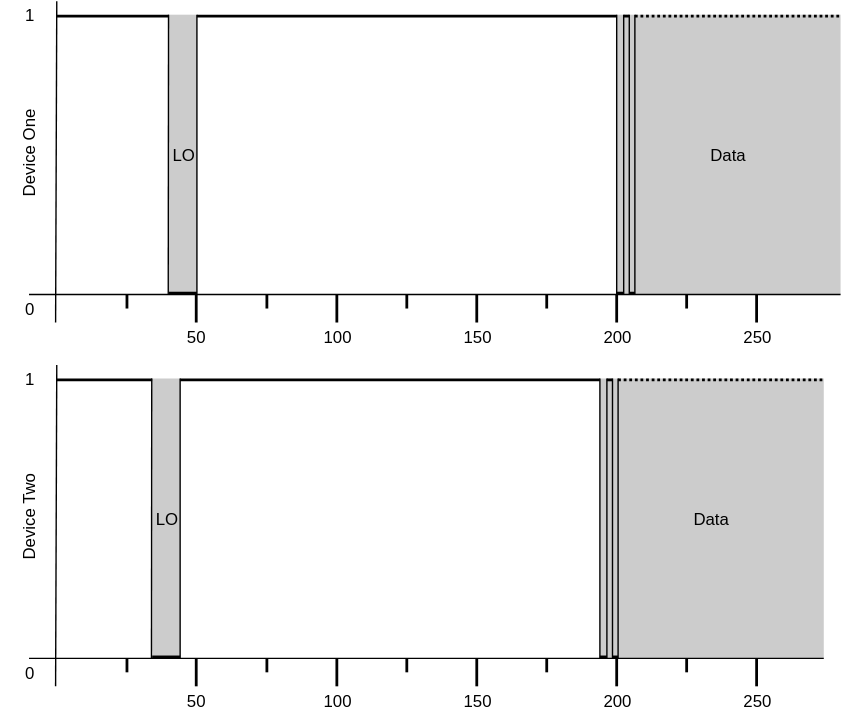
This is images/bus-collision.svg from sabas1080/jacdac, a draw.io export, as it was before one commit. Source tidied: cells renumbered, new cells last; positions are measured from the earlier drawing's top-left corner, leaving out a move shared by most shapes.
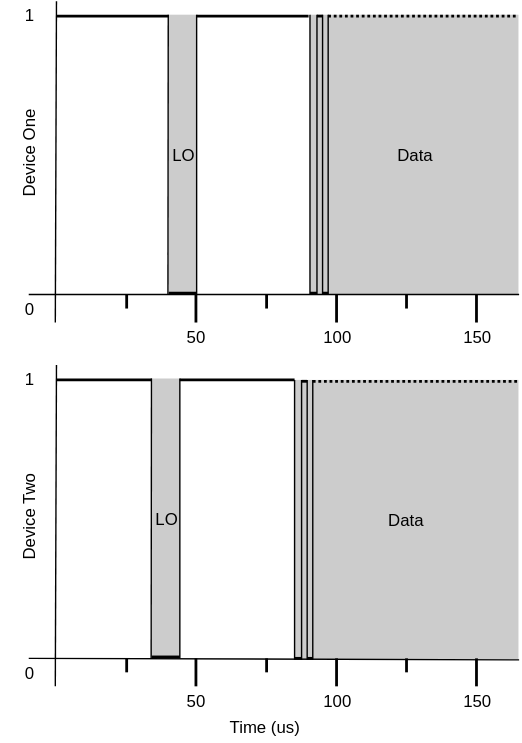
Above is the later version.

Diff of the diagram source:
```diff
@@ -1,12 +1,15 @@
-<mxGraphModel>
+<mxGraphModel background="#ffffff">
   <root>
     <mxCell id="0" />
     <mxCell id="1" parent="0" />
+    <mxCell id="38" value="Data" style="whiteSpace=wrap;html=1;dashed=1;dashPattern=1 1;fillColor=#CCCCCC;strokeColor=none;gradientColor=none;gradientDirection=north;" parent="1" vertex="1">
+      <mxGeometry x="210" y="271" width="160" height="200" as="geometry" />
+    </mxCell>
     <mxCell id="2" value="LO" style="whiteSpace=wrap;html=1;dashed=1;dashPattern=1 1;fillColor=#CCCCCC;strokeColor=none;gradientColor=none;gradientDirection=north;" parent="1" vertex="1">
       <mxGeometry x="120" y="10" width="20" height="200" as="geometry" />
     </mxCell>
     <mxCell id="3" value="Data" style="whiteSpace=wrap;html=1;dashed=1;dashPattern=1 1;fillColor=#CCCCCC;strokeColor=none;gradientColor=none;gradientDirection=north;" parent="1" vertex="1">
-      <mxGeometry x="440" y="10" width="160" height="200" as="geometry" />
+      <mxGeometry x="221" y="10" width="149" height="200" as="geometry" />
     </mxCell>
     <mxCell id="4" style="endArrow=none;html=1;exitX=1.021;exitY=0.021;exitPerimeter=0;" parent="1" edge="1">
       <mxGeometry relative="1" as="geometry">
@@ -32,42 +35,42 @@
       <mxGeometry x="120" y="204" width="20" height="10" as="geometry" />
     </mxCell>
     <mxCell id="10" style="line;strokeWidth=2;html=1;" parent="1" vertex="1">
-      <mxGeometry x="140" y="6" width="300" height="10" as="geometry" />
+      <mxGeometry x="140" y="6" width="80" height="10" as="geometry" />
     </mxCell>
     <mxCell id="11" style="endArrow=none;html=1;entryX=1;entryY=0.5;entryPerimeter=0;" parent="1" edge="1">
       <mxGeometry relative="1" as="geometry">
-        <mxPoint x="440" y="210" as="sourcePoint" />
-        <mxPoint x="440" y="10" as="targetPoint" />
+        <mxPoint x="221" y="210" as="sourcePoint" />
+        <mxPoint x="221" y="10" as="targetPoint" />
       </mxGeometry>
     </mxCell>
     <mxCell id="12" style="endArrow=none;html=1;entryX=1;entryY=0.5;entryPerimeter=0;" parent="1" edge="1">
       <mxGeometry relative="1" as="geometry">
-        <mxPoint x="445" y="210" as="sourcePoint" />
-        <mxPoint x="445" y="10" as="targetPoint" />
+        <mxPoint x="226" y="210" as="sourcePoint" />
+        <mxPoint x="226" y="10" as="targetPoint" />
       </mxGeometry>
     </mxCell>
     <mxCell id="13" style="endArrow=none;html=1;entryX=1;entryY=0.5;entryPerimeter=0;" parent="1" edge="1">
       <mxGeometry relative="1" as="geometry">
-        <mxPoint x="449" y="210" as="sourcePoint" />
-        <mxPoint x="449" y="10" as="targetPoint" />
+        <mxPoint x="230" y="210" as="sourcePoint" />
+        <mxPoint x="230" y="10" as="targetPoint" />
       </mxGeometry>
     </mxCell>
     <mxCell id="14" style="endArrow=none;html=1;entryX=1;entryY=0.5;entryPerimeter=0;" parent="1" edge="1">
       <mxGeometry relative="1" as="geometry">
-        <mxPoint x="453" y="210" as="sourcePoint" />
-        <mxPoint x="453" y="10" as="targetPoint" />
+        <mxPoint x="234" y="210" as="sourcePoint" />
+        <mxPoint x="234" y="10" as="targetPoint" />
       </mxGeometry>
     </mxCell>
     <mxCell id="15" style="line;strokeWidth=2;html=1;" parent="1" vertex="1">
-      <mxGeometry x="445" y="6" width="4" height="10" as="geometry" />
+      <mxGeometry x="226" y="6" width="4" height="10" as="geometry" />
     </mxCell>
     <mxCell id="16" style="endArrow=none;html=1;" parent="1" edge="1" source="35">
       <mxGeometry relative="1" as="geometry">
-        <mxPoint x="440" y="210" as="targetPoint" />
+        <mxPoint x="221" y="210" as="targetPoint" />
       </mxGeometry>
     </mxCell>
     <mxCell id="17" style="line;strokeWidth=2;html=1;dashed=1;dashPattern=1 1;" parent="1" vertex="1">
-      <mxGeometry x="453" y="6" width="147" height="10" as="geometry" />
+      <mxGeometry x="234" y="6" width="136" height="10" as="geometry" />
     </mxCell>
     <mxCell id="18" style="endArrow=none;html=1;entryX=1;entryY=0.5;entryPerimeter=0;" parent="1" edge="1">
       <mxGeometry relative="1" as="geometry">
@@ -126,48 +129,15 @@
         <mxPoint x="340" y="210" as="targetPoint" />
       </mxGeometry>
     </mxCell>
-    <mxCell id="29" value="200&lt;br&gt;" style="text;html=1;strokeColor=none;fillColor=none;align=center;verticalAlign=middle;whiteSpace=wrap;rounded=0;dashed=1;dashPattern=1 1;" parent="1" vertex="1">
-      <mxGeometry x="420" y="230" width="40" height="20" as="geometry" />
-    </mxCell>
-    <mxCell id="30" style="endArrow=none;html=1;strokeWidth=2;" parent="1" edge="1">
-      <mxGeometry relative="1" as="geometry">
-        <mxPoint x="390" y="210" as="sourcePoint" />
-        <mxPoint x="390" y="220" as="targetPoint" />
-      </mxGeometry>
-    </mxCell>
-    <mxCell id="31" style="endArrow=none;html=1;strokeWidth=2;" parent="1" edge="1">
-      <mxGeometry relative="1" as="geometry">
-        <mxPoint x="440" y="230" as="sourcePoint" />
-        <mxPoint x="440" y="210" as="targetPoint" />
-      </mxGeometry>
-    </mxCell>
-    <mxCell id="32" value="250&lt;br&gt;" style="text;html=1;strokeColor=none;fillColor=none;align=center;verticalAlign=middle;whiteSpace=wrap;rounded=0;dashed=1;dashPattern=1 1;" parent="1" vertex="1">
-      <mxGeometry x="520" y="230" width="40" height="20" as="geometry" />
-    </mxCell>
-    <mxCell id="33" style="endArrow=none;html=1;strokeWidth=2;" parent="1" edge="1">
-      <mxGeometry relative="1" as="geometry">
-        <mxPoint x="490" y="210" as="sourcePoint" />
-        <mxPoint x="490" y="220" as="targetPoint" />
-      </mxGeometry>
-    </mxCell>
-    <mxCell id="34" style="endArrow=none;html=1;strokeWidth=2;" parent="1" edge="1">
-      <mxGeometry relative="1" as="geometry">
-        <mxPoint x="540" y="230" as="sourcePoint" />
-        <mxPoint x="540" y="210" as="targetPoint" />
-      </mxGeometry>
-    </mxCell>
     <mxCell id="35" style="line;strokeWidth=2;html=1;" parent="1" vertex="1">
-      <mxGeometry x="440" y="204" width="5" height="10" as="geometry" />
+      <mxGeometry x="221" y="204" width="5" height="10" as="geometry" />
     </mxCell>
     <mxCell id="36" style="line;strokeWidth=2;html=1;" parent="1" vertex="1">
-      <mxGeometry x="449" y="204" width="4" height="10" as="geometry" />
+      <mxGeometry x="230" y="204" width="4" height="10" as="geometry" />
     </mxCell>
     <mxCell id="37" value="LO" style="whiteSpace=wrap;html=1;dashed=1;dashPattern=1 1;fillColor=#CCCCCC;strokeColor=none;gradientColor=none;gradientDirection=north;" parent="1" vertex="1">
       <mxGeometry x="108" y="270" width="20" height="200" as="geometry" />
     </mxCell>
-    <mxCell id="38" value="Data" style="whiteSpace=wrap;html=1;dashed=1;dashPattern=1 1;fillColor=#CCCCCC;strokeColor=none;gradientColor=none;gradientDirection=north;" parent="1" vertex="1">
-      <mxGeometry x="428" y="270" width="160" height="200" as="geometry" />
-    </mxCell>
     <mxCell id="39" style="endArrow=none;html=1;exitX=1.021;exitY=0.021;exitPerimeter=0;" parent="1" edge="1">
       <mxGeometry relative="1" as="geometry">
         <mxPoint x="39.8" y="260.4" as="sourcePoint" />
@@ -192,42 +162,42 @@
       <mxGeometry x="108" y="464" width="20" height="10" as="geometry" />
     </mxCell>
     <mxCell id="45" style="line;strokeWidth=2;html=1;" parent="1" vertex="1">
-      <mxGeometry x="128" y="266" width="300" height="10" as="geometry" />
+      <mxGeometry x="128" y="266" width="82" height="10" as="geometry" />
     </mxCell>
     <mxCell id="46" style="endArrow=none;html=1;entryX=1;entryY=0.5;entryPerimeter=0;" parent="1" edge="1">
       <mxGeometry relative="1" as="geometry">
-        <mxPoint x="428" y="470" as="sourcePoint" />
-        <mxPoint x="428" y="270" as="targetPoint" />
+        <mxPoint x="210" y="471" as="sourcePoint" />
+        <mxPoint x="210" y="271" as="targetPoint" />
       </mxGeometry>
     </mxCell>
     <mxCell id="47" style="endArrow=none;html=1;entryX=1;entryY=0.5;entryPerimeter=0;" parent="1" edge="1">
       <mxGeometry relative="1" as="geometry">
-        <mxPoint x="433" y="470" as="sourcePoint" />
-        <mxPoint x="433" y="270" as="targetPoint" />
+        <mxPoint x="215" y="471" as="sourcePoint" />
+        <mxPoint x="215" y="271" as="targetPoint" />
       </mxGeometry>
     </mxCell>
     <mxCell id="48" style="endArrow=none;html=1;entryX=1;entryY=0.5;entryPerimeter=0;" parent="1" edge="1">
       <mxGeometry relative="1" as="geometry">
-        <mxPoint x="437" y="470" as="sourcePoint" />
-        <mxPoint x="437" y="270" as="targetPoint" />
+        <mxPoint x="219" y="471" as="sourcePoint" />
+        <mxPoint x="219" y="271" as="targetPoint" />
       </mxGeometry>
     </mxCell>
     <mxCell id="49" style="endArrow=none;html=1;entryX=1;entryY=0.5;entryPerimeter=0;" parent="1" edge="1">
       <mxGeometry relative="1" as="geometry">
-        <mxPoint x="441" y="470" as="sourcePoint" />
-        <mxPoint x="441" y="270" as="targetPoint" />
+        <mxPoint x="223" y="471" as="sourcePoint" />
+        <mxPoint x="223" y="271" as="targetPoint" />
       </mxGeometry>
     </mxCell>
     <mxCell id="50" style="line;strokeWidth=2;html=1;" parent="1" vertex="1">
-      <mxGeometry x="433" y="266" width="4" height="10" as="geometry" />
+      <mxGeometry x="215" y="267" width="4" height="10" as="geometry" />
     </mxCell>
     <mxCell id="51" style="endArrow=none;html=1;" parent="1" edge="1" source="70">
       <mxGeometry relative="1" as="geometry">
-        <mxPoint x="428" y="470" as="targetPoint" />
+        <mxPoint x="210" y="471" as="targetPoint" />
       </mxGeometry>
     </mxCell>
     <mxCell id="52" style="line;strokeWidth=2;html=1;dashed=1;dashPattern=1 1;" parent="1" vertex="1">
-      <mxGeometry x="441" y="266" width="147" height="10" as="geometry" />
+      <mxGeometry x="223" y="267" width="147" height="10" as="geometry" />
     </mxCell>
     <mxCell id="53" style="endArrow=none;html=1;entryX=1;entryY=0.5;entryPerimeter=0;" parent="1" edge="1">
       <mxGeometry relative="1" as="geometry">
@@ -286,41 +256,11 @@
         <mxPoint x="340" y="470" as="targetPoint" />
       </mxGeometry>
     </mxCell>
-    <mxCell id="64" value="200&lt;br&gt;" style="text;html=1;strokeColor=none;fillColor=none;align=center;verticalAlign=middle;whiteSpace=wrap;rounded=0;dashed=1;dashPattern=1 1;" parent="1" vertex="1">
-      <mxGeometry x="420" y="490" width="40" height="20" as="geometry" />
-    </mxCell>
-    <mxCell id="65" style="endArrow=none;html=1;strokeWidth=2;" parent="1" edge="1">
-      <mxGeometry relative="1" as="geometry">
-        <mxPoint x="390" y="470" as="sourcePoint" />
-        <mxPoint x="390" y="480" as="targetPoint" />
-      </mxGeometry>
-    </mxCell>
-    <mxCell id="66" style="endArrow=none;html=1;strokeWidth=2;" parent="1" edge="1">
-      <mxGeometry relative="1" as="geometry">
-        <mxPoint x="440" y="490" as="sourcePoint" />
-        <mxPoint x="440" y="470" as="targetPoint" />
-      </mxGeometry>
-    </mxCell>
-    <mxCell id="67" value="250&lt;br&gt;" style="text;html=1;strokeColor=none;fillColor=none;align=center;verticalAlign=middle;whiteSpace=wrap;rounded=0;dashed=1;dashPattern=1 1;" parent="1" vertex="1">
-      <mxGeometry x="520" y="490" width="40" height="20" as="geometry" />
-    </mxCell>
-    <mxCell id="68" style="endArrow=none;html=1;strokeWidth=2;" parent="1" edge="1">
-      <mxGeometry relative="1" as="geometry">
-        <mxPoint x="490" y="470" as="sourcePoint" />
-        <mxPoint x="490" y="480" as="targetPoint" />
-      </mxGeometry>
-    </mxCell>
-    <mxCell id="69" style="endArrow=none;html=1;strokeWidth=2;" parent="1" edge="1">
-      <mxGeometry relative="1" as="geometry">
-        <mxPoint x="540" y="490" as="sourcePoint" />
-        <mxPoint x="540" y="470" as="targetPoint" />
-      </mxGeometry>
-    </mxCell>
     <mxCell id="70" style="line;strokeWidth=2;html=1;" parent="1" vertex="1">
-      <mxGeometry x="428" y="464" width="5" height="10" as="geometry" />
+      <mxGeometry x="210" y="465" width="5" height="10" as="geometry" />
     </mxCell>
     <mxCell id="71" style="line;strokeWidth=2;html=1;" parent="1" vertex="1">
-      <mxGeometry x="437" y="464" width="4" height="10" as="geometry" />
+      <mxGeometry x="219" y="465" width="4" height="10" as="geometry" />
     </mxCell>
     <mxCell id="72" value="Device One" style="text;html=1;strokeColor=none;fillColor=none;align=center;verticalAlign=middle;whiteSpace=wrap;rounded=0;horizontal=0;" parent="1" vertex="1">
       <mxGeometry x="5" y="60" width="30" height="100" as="geometry" />
@@ -328,5 +268,8 @@
     <mxCell id="73" value="Device Two" style="text;html=1;strokeColor=none;fillColor=none;align=center;verticalAlign=middle;whiteSpace=wrap;rounded=0;horizontal=0;" parent="1" vertex="1">
       <mxGeometry x="5" y="320" width="30" height="100" as="geometry" />
     </mxCell>
+    <mxCell id="74" value="Time (us)&lt;br&gt;" style="text;html=1;align=left;verticalAlign=top;spacingTop=-4;" parent="1" vertex="1">
+      <mxGeometry x="162" y="510" width="70" height="20" as="geometry" />
+    </mxCell>
   </root>
 </mxGraphModel>
```
